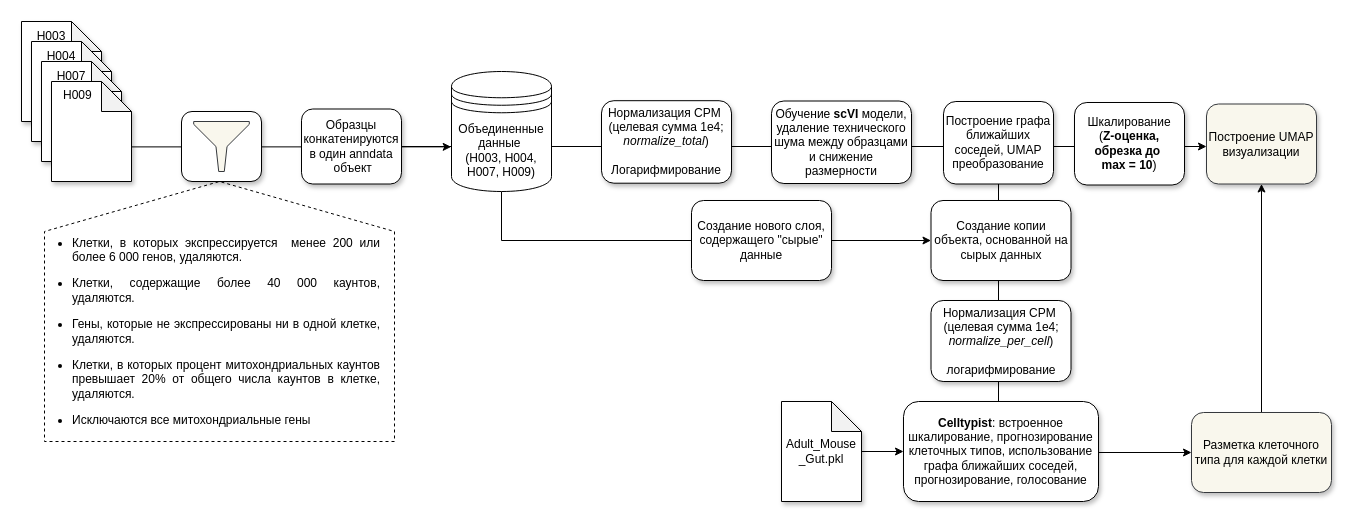
Above: masterd_WT_art.drawio in NikolaiL-dev/pictures.drawio (draw.io), before the change. Source tidied: cells renumbered, new cells numbered last; positions are measured from the earlier drawing's top-left corner, leaving out a move shared by most shapes. Both pictures are drawn from the tidied source at 100%, with x=0, y=0 at pixel (21, 21).
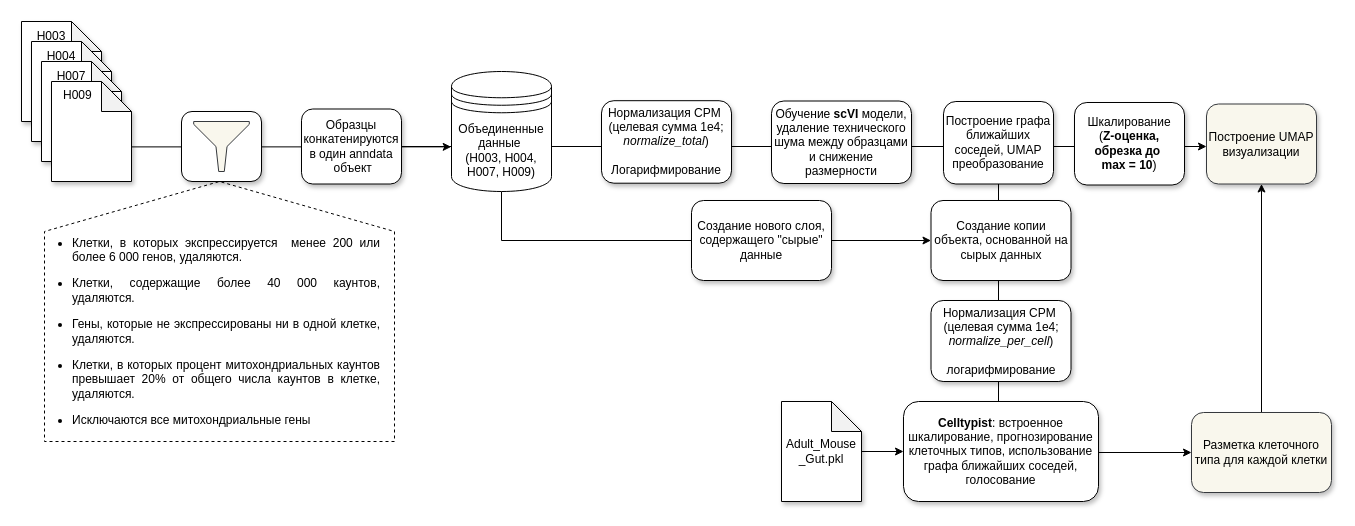
The same diagram, later.

Change to the diagram source:
```diff
@@
-    <mxCell id="30" value="&lt;b&gt;Celltypist&lt;/b&gt;: встроенное шкалирование, прогнозирование клеточных типов, использование графа ближайших соседей, прогнозирование, голосование " style="rounded=1;whiteSpace=wrap;html=1;shadow=1;" parent="1" vertex="1">
+    <mxCell id="30" value="&lt;b&gt;Celltypist&lt;/b&gt;: встроенное шкалирование, прогнозирование клеточных типов, использование графа ближайших соседей, голосование " style="rounded=1;whiteSpace=wrap;html=1;shadow=1;" parent="1" vertex="1">
       <mxGeometry x="882" y="380" width="195" height="100" as="geometry" />
     </mxCell>
```
